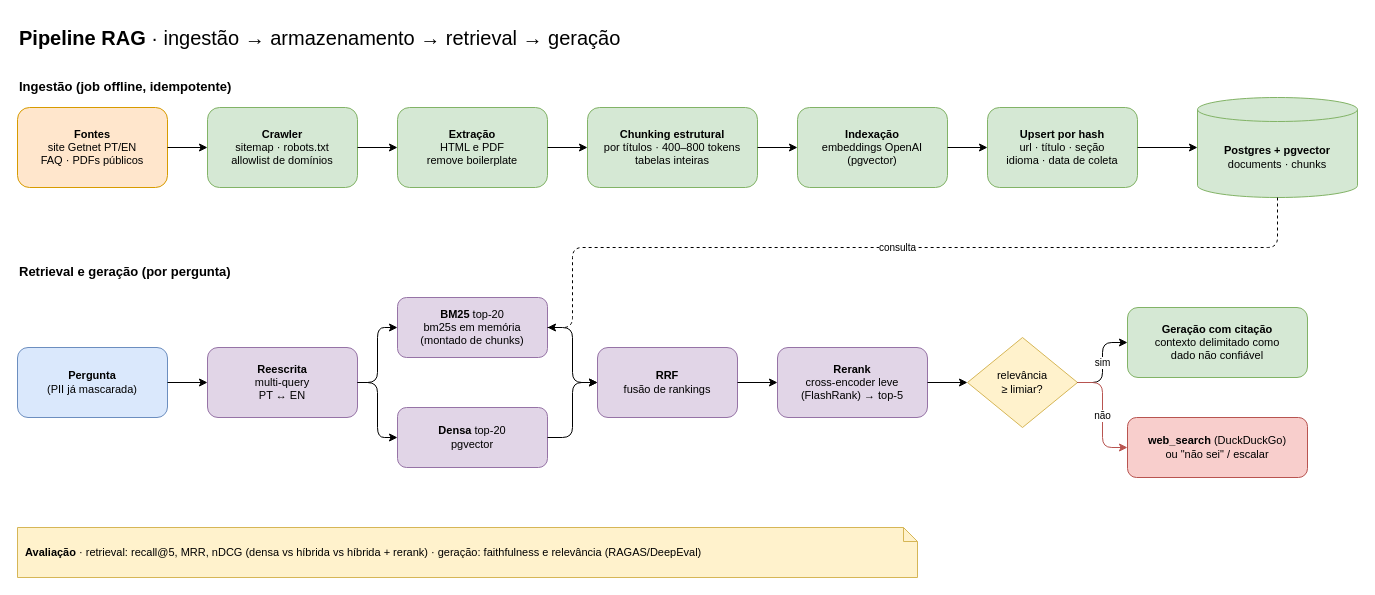
Earlier version of the draw.io diagram page "3. Pipeline RAG" (3 of 3) of docs/architecture.drawio (GabsGeorge/AI-Hardcore-Engineer-v2). Source tidied: cells renumbered, new cells numbered last; positions are measured from the earlier drawing's top-left corner, leaving out a move shared by most shapes. Both pictures are drawn from the tidied source at 100%, with x=0, y=0 at pixel (17, 17).
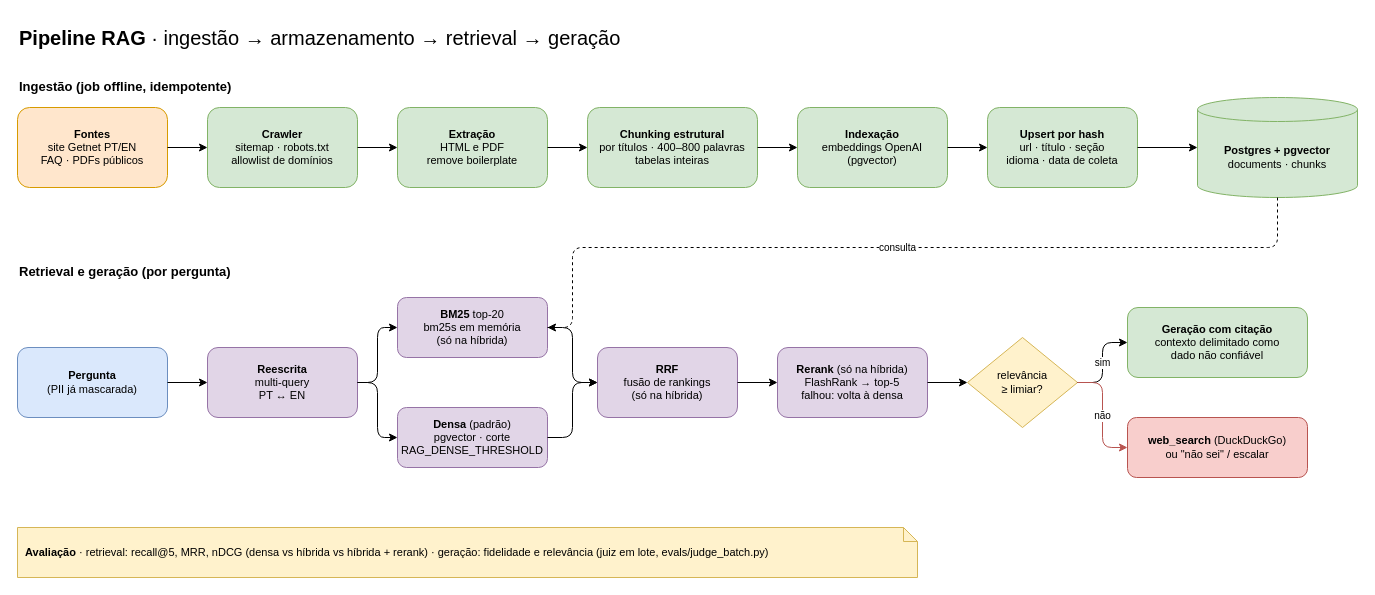
The same diagram, later.

Diff of the diagram source:
```diff
@@
-    <mxCell id="7" value="&lt;b&gt;Chunking estrutural&lt;/b&gt;&lt;br&gt;por títulos · 400–800 tokens&lt;br&gt;tabelas inteiras" style="rounded=1;whiteSpace=wrap;html=1;fillColor=#d5e8d4;strokeColor=#82b366;fontSize=11;" parent="1" vertex="1">
+    <mxCell id="7" value="&lt;b&gt;Chunking estrutural&lt;/b&gt;&lt;br&gt;por títulos · 400–800 palavras&lt;br&gt;tabelas inteiras" style="rounded=1;whiteSpace=wrap;html=1;fillColor=#d5e8d4;strokeColor=#82b366;fontSize=11;" parent="1" vertex="1">
       <mxGeometry x="570" y="90" width="170" height="80" as="geometry" />
     </mxCell>
@@
-    <mxCell id="14" value="&lt;b&gt;BM25&lt;/b&gt; top-20&lt;br&gt;bm25s em memória&lt;br&gt;(montado de chunks)" style="rounded=1;whiteSpace=wrap;html=1;fillColor=#e1d5e7;strokeColor=#9673a6;fontSize=11;" parent="1" vertex="1">
+    <mxCell id="14" value="&lt;b&gt;BM25&lt;/b&gt; top-20&lt;br&gt;bm25s em memória&lt;br&gt;(só na híbrida)" style="rounded=1;whiteSpace=wrap;html=1;fillColor=#e1d5e7;strokeColor=#9673a6;fontSize=11;" parent="1" vertex="1">
       <mxGeometry x="380" y="280" width="150" height="60" as="geometry" />
     </mxCell>
-    <mxCell id="15" value="&lt;b&gt;Densa&lt;/b&gt; top-20&lt;br&gt;pgvector" style="rounded=1;whiteSpace=wrap;html=1;fillColor=#e1d5e7;strokeColor=#9673a6;fontSize=11;" parent="1" vertex="1">
+    <mxCell id="15" value="&lt;b&gt;Densa&lt;/b&gt; (padrão)&lt;br&gt;pgvector · corte&lt;br&gt;RAG_DENSE_THRESHOLD" style="rounded=1;whiteSpace=wrap;html=1;fillColor=#e1d5e7;strokeColor=#9673a6;fontSize=11;" parent="1" vertex="1">
       <mxGeometry x="380" y="390" width="150" height="60" as="geometry" />
     </mxCell>
-    <mxCell id="16" value="&lt;b&gt;RRF&lt;/b&gt;&lt;br&gt;fusão de rankings" style="rounded=1;whiteSpace=wrap;html=1;fillColor=#e1d5e7;strokeColor=#9673a6;fontSize=11;" parent="1" vertex="1">
+    <mxCell id="16" value="&lt;b&gt;RRF&lt;/b&gt;&lt;br&gt;fusão de rankings&lt;br&gt;(só na híbrida)" style="rounded=1;whiteSpace=wrap;html=1;fillColor=#e1d5e7;strokeColor=#9673a6;fontSize=11;" parent="1" vertex="1">
       <mxGeometry x="580" y="330" width="140" height="70" as="geometry" />
     </mxCell>
-    <mxCell id="17" value="&lt;b&gt;Rerank&lt;/b&gt;&lt;br&gt;cross-encoder leve&lt;br&gt;(FlashRank) → top-5" style="rounded=1;whiteSpace=wrap;html=1;fillColor=#e1d5e7;strokeColor=#9673a6;fontSize=11;" parent="1" vertex="1">
+    <mxCell id="17" value="&lt;b&gt;Rerank&lt;/b&gt; (só na híbrida)&lt;br&gt;FlashRank → top-5&lt;br&gt;falhou: volta à densa" style="rounded=1;whiteSpace=wrap;html=1;fillColor=#e1d5e7;strokeColor=#9673a6;fontSize=11;" parent="1" vertex="1">
       <mxGeometry x="760" y="330" width="150" height="70" as="geometry" />
     </mxCell>
@@
-    <mxCell id="21" value="&lt;b&gt;Avaliação&lt;/b&gt; · retrieval: recall@5, MRR, nDCG (densa vs híbrida vs híbrida + rerank) · geração: faithfulness e relevância (RAGAS/DeepEval)" style="shape=note;whiteSpace=wrap;html=1;size=14;fillColor=#fff2cc;strokeColor=#d6b656;align=left;spacingLeft=6;fontSize=11;" parent="1" vertex="1">
+    <mxCell id="21" value="&lt;b&gt;Avaliação&lt;/b&gt; · retrieval: recall@5, MRR, nDCG (densa vs híbrida vs híbrida + rerank) · geração: fidelidade e relevância (juiz em lote, evals/judge_batch.py)" style="shape=note;whiteSpace=wrap;html=1;size=14;fillColor=#fff2cc;strokeColor=#d6b656;align=left;spacingLeft=6;fontSize=11;" parent="1" vertex="1">
       <mxGeometry y="510" width="900" height="50" as="geometry" />
     </mxCell>
```
